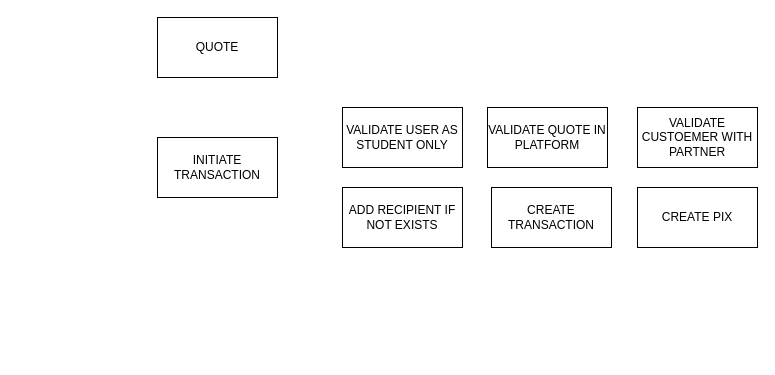
The draw.io diagram Untitled Diagram.drawio in rkpatra201/gali-cricket-scoring, before the edit. Source tidied: cells renumbered, new cells numbered last; positions are measured from the earlier drawing's top-left corner, leaving out a move shared by most shapes. Both pictures are drawn from the tidied source at 100%, with x=0, y=0 at pixel (157, 17).
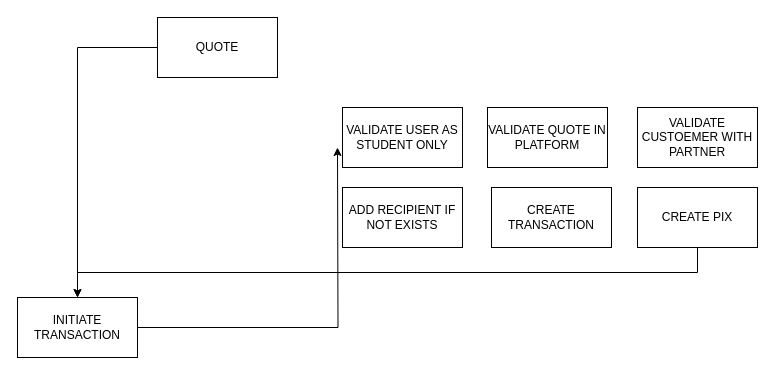
The same page after the edit.

The edit, as a diff of the source:
```diff
@@
 <mxGraphModel>
   <root>
     <mxCell id="0" />
     <mxCell id="1" parent="0" />
+    <mxCell id="10" style="edgeStyle=orthogonalEdgeStyle;rounded=0;jettySize=auto;html=1;" parent="1" edge="1" source="2">
+      <mxGeometry relative="1" as="geometry">
+        <mxPoint x="180" y="130" as="targetPoint" />
+      </mxGeometry>
+    </mxCell>
     <mxCell id="2" value="INITIATE TRANSACTION" style="rounded=0;whiteSpace=wrap;html=1;" parent="1" vertex="1">
-      <mxGeometry y="120" width="120" height="60" as="geometry" />
+      <mxGeometry x="-140" y="280" width="120" height="60" as="geometry" />
     </mxCell>
+    <mxCell id="11" style="edgeStyle=orthogonalEdgeStyle;rounded=0;jettySize=auto;html=1;entryX=0.5;entryY=0;entryDx=0;entryDy=0;" parent="1" edge="1" source="3" target="2">
+      <mxGeometry relative="1" as="geometry" />
+    </mxCell>
     <mxCell id="3" value="QUOTE" style="rounded=0;whiteSpace=wrap;html=1;" parent="1" vertex="1">
       <mxGeometry width="120" height="60" as="geometry" />
     </mxCell>
     <mxCell id="4" value="VALIDATE QUOTE IN PLATFORM" style="rounded=0;whiteSpace=wrap;html=1;" parent="1" vertex="1">
       <mxGeometry x="330" y="90" width="120" height="60" as="geometry" />
     </mxCell>
     <mxCell id="5" value="VALIDATE CUSTOEMER WITH PARTNER" style="rounded=0;whiteSpace=wrap;html=1;" parent="1" vertex="1">
       <mxGeometry x="480" y="90" width="120" height="60" as="geometry" />
     </mxCell>
     <mxCell id="6" value="VALIDATE USER AS STUDENT ONLY" style="rounded=0;whiteSpace=wrap;html=1;" parent="1" vertex="1">
       <mxGeometry x="185" y="90" width="120" height="60" as="geometry" />
     </mxCell>
     <mxCell id="7" value="ADD RECIPIENT IF NOT EXISTS" style="rounded=0;whiteSpace=wrap;html=1;" parent="1" vertex="1">
       <mxGeometry x="185" y="170" width="120" height="60" as="geometry" />
     </mxCell>
     <mxCell id="8" value="CREATE TRANSACTION" style="rounded=0;whiteSpace=wrap;html=1;" parent="1" vertex="1">
       <mxGeometry x="334" y="170" width="120" height="60" as="geometry" />
     </mxCell>
+    <mxCell id="12" style="edgeStyle=orthogonalEdgeStyle;rounded=0;jettySize=auto;html=1;exitX=0.5;exitY=1;exitDx=0;exitDy=0;" parent="1" edge="1" source="9" target="2">
+      <mxGeometry relative="1" as="geometry" />
+    </mxCell>
     <mxCell id="9" value="CREATE PIX" style="rounded=0;whiteSpace=wrap;html=1;" parent="1" vertex="1">
       <mxGeometry x="480" y="170" width="120" height="60" as="geometry" />
     </mxCell>
   </root>
 </mxGraphModel>
```
